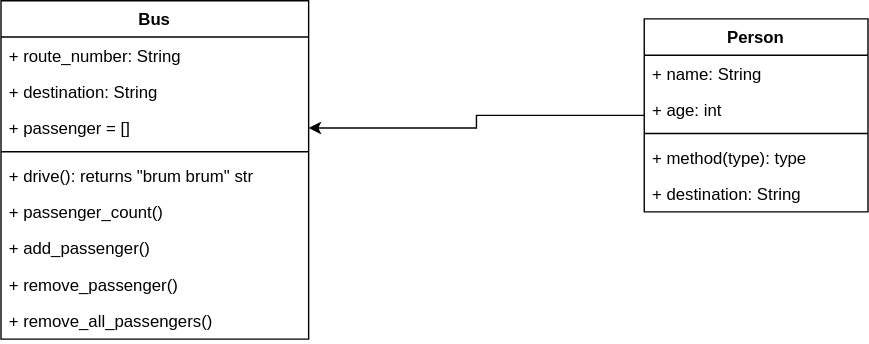
evelyn-sz/Bus_passenger_bus_stop keeps this draw.io diagram as bus_lab_start_code/Untitled.svg. Above is the earlier version. Source tidied: cells renumbered, new cells last; positions are measured from the earlier drawing's top-left corner, leaving out a move shared by most shapes.
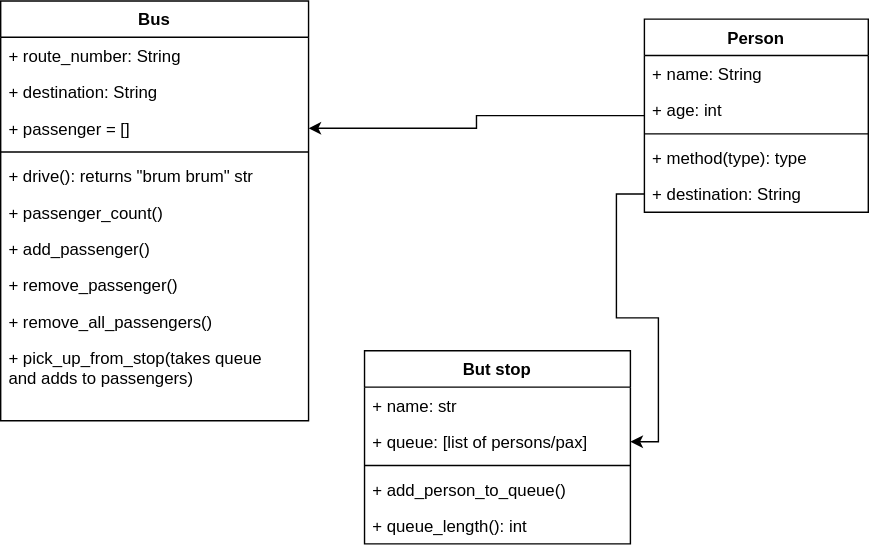
Later version of the same file.

Commit message:
But stop completed

What changed in the source:
```diff
@@ -3,7 +3,7 @@
     <mxCell id="0" />
     <mxCell id="1" parent="0" />
     <mxCell id="2" value="Bus" style="swimlane;fontStyle=1;align=center;verticalAlign=top;horizontal=1;startSize=26;" parent="1" vertex="1">
-      <mxGeometry width="220" height="242" as="geometry" />
+      <mxGeometry width="220" height="300" as="geometry" />
     </mxCell>
     <mxCell id="3" value="+ route_number: String" style="text;strokeColor=none;fillColor=none;align=left;verticalAlign=top;spacingLeft=4;spacingRight=4;overflow=hidden;" parent="2" vertex="1">
       <mxGeometry y="26" width="220" height="26" as="geometry" />
@@ -32,6 +32,9 @@
     <mxCell id="11" value="+ remove_all_passengers()" style="text;strokeColor=none;fillColor=none;align=left;verticalAlign=top;spacingLeft=4;spacingRight=4;overflow=hidden;" parent="2" vertex="1">
       <mxGeometry y="216" width="220" height="26" as="geometry" />
     </mxCell>
+    <mxCell id="19" value="+ pick_up_from_stop(takes queue &#10;and adds to passengers)" style="text;strokeColor=none;fillColor=none;align=left;verticalAlign=top;spacingLeft=4;spacingRight=4;overflow=hidden;" parent="2" vertex="1">
+      <mxGeometry y="242" width="220" height="58" as="geometry" />
+    </mxCell>
     <mxCell id="12" style="edgeStyle=orthogonalEdgeStyle;rounded=0;jettySize=auto;html=1;" parent="1" edge="1" source="13" target="5">
       <mxGeometry relative="1" as="geometry" />
     </mxCell>
@@ -53,5 +56,26 @@
     <mxCell id="18" value="+ destination: String" style="text;strokeColor=none;fillColor=none;align=left;verticalAlign=top;spacingLeft=4;spacingRight=4;overflow=hidden;points=[[0,0.5],[1,0.5]];portConstraint=eastwest;" parent="13" vertex="1">
       <mxGeometry y="112" width="160" height="26" as="geometry" />
     </mxCell>
+    <mxCell id="20" value="But stop" style="swimlane;fontStyle=1;align=center;verticalAlign=top;horizontal=1;startSize=26;" parent="1" vertex="1">
+      <mxGeometry x="260" y="250" width="190" height="138" as="geometry" />
+    </mxCell>
+    <mxCell id="21" value="+ name: str" style="text;strokeColor=none;fillColor=none;align=left;verticalAlign=top;spacingLeft=4;spacingRight=4;overflow=hidden;" parent="20" vertex="1">
+      <mxGeometry y="26" width="190" height="26" as="geometry" />
+    </mxCell>
+    <mxCell id="22" value="+ queue: [list of persons/pax]" style="text;strokeColor=none;fillColor=none;align=left;verticalAlign=top;spacingLeft=4;spacingRight=4;overflow=hidden;points=[[0,0.5],[1,0.5]];portConstraint=eastwest;" parent="20" vertex="1">
+      <mxGeometry y="52" width="190" height="26" as="geometry" />
+    </mxCell>
+    <mxCell id="23" style="line;strokeWidth=1;fillColor=none;align=left;verticalAlign=middle;spacingTop=-1;spacingLeft=3;spacingRight=3;labelPosition=right;" parent="20" vertex="1">
+      <mxGeometry y="78" width="190" height="8" as="geometry" />
+    </mxCell>
+    <mxCell id="24" value="+ add_person_to_queue()" style="text;strokeColor=none;fillColor=none;align=left;verticalAlign=top;spacingLeft=4;spacingRight=4;overflow=hidden;" parent="20" vertex="1">
+      <mxGeometry y="86" width="190" height="26" as="geometry" />
+    </mxCell>
+    <mxCell id="25" value="+ queue_length(): int" style="text;strokeColor=none;fillColor=none;align=left;verticalAlign=top;spacingLeft=4;spacingRight=4;overflow=hidden;" parent="20" vertex="1">
+      <mxGeometry y="112" width="190" height="26" as="geometry" />
+    </mxCell>
+    <mxCell id="26" style="edgeStyle=orthogonalEdgeStyle;rounded=0;jettySize=auto;html=1;" parent="1" edge="1" source="18" target="22">
+      <mxGeometry relative="1" as="geometry" />
+    </mxCell>
   </root>
 </mxGraphModel>
```
